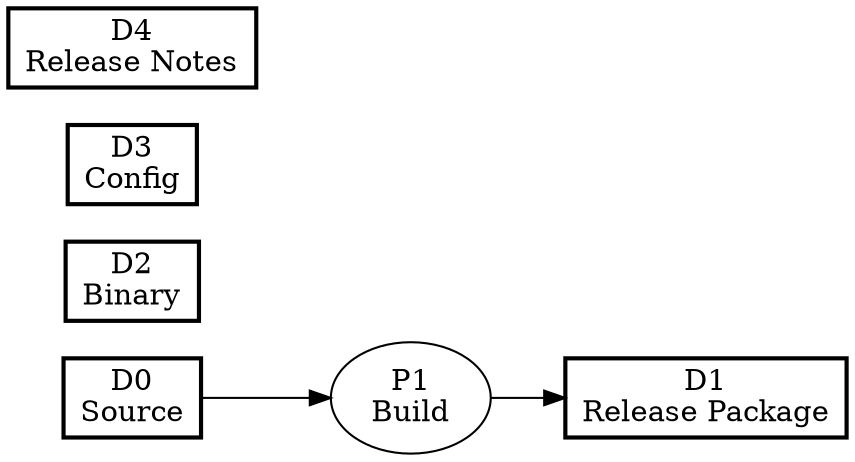
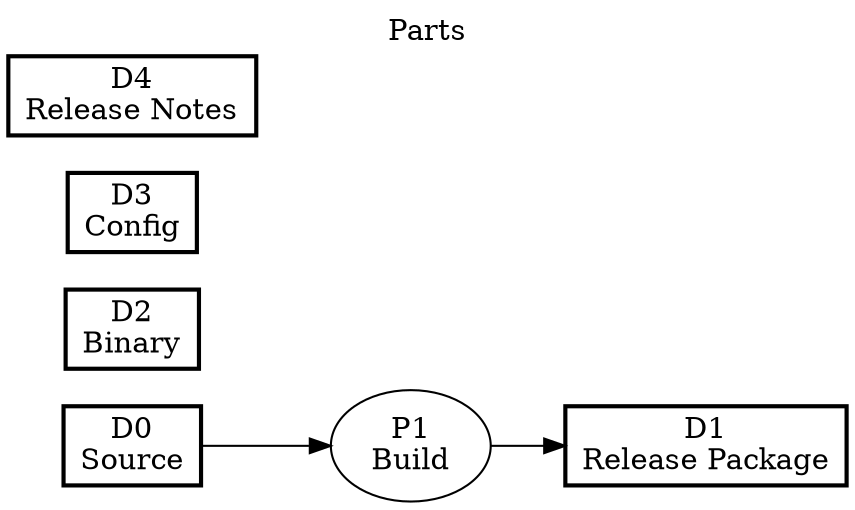
digraph PFDSL {
  rankdir=LR;
  newrank=true;
+   label="Parts";
+   labelloc="t";

  "D0" [shape=box, label="D0\nSource", penwidth="2"];
  "D1" [shape=box, label="D1\nRelease Package", penwidth="2"];
  "D2" [shape=box, label="D2\nBinary", penwidth="2"];
  "D3" [shape=box, label="D3\nConfig", penwidth="2"];
  "D4" [shape=box, label="D4\nRelease Notes", penwidth="2"];
  "P1" [shape=ellipse, label="P1\nBuild"];

  "D0" -> "P1";
  "P1" -> "D1";
}
